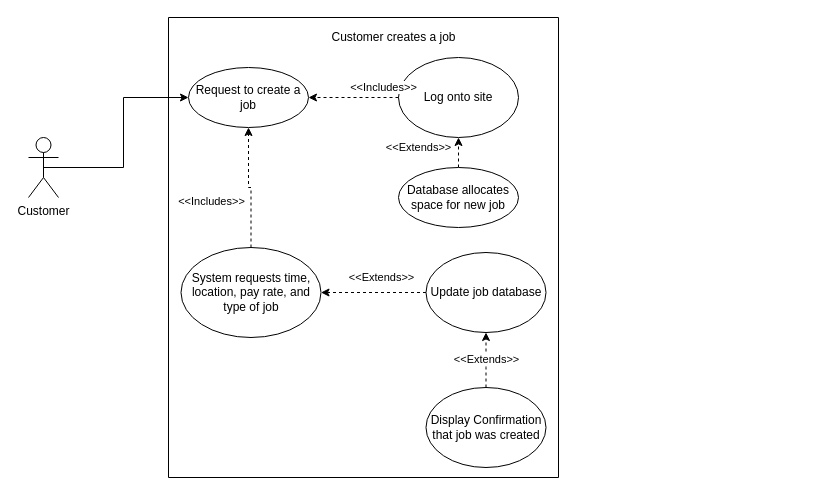
Above: page "Customer creates job" (2 of 8) of Untitled Diagram.drawio in jdasnake81/cs3450-UseCaseDiagrams (draw.io), before the change. Source tidied: cells renumbered, new cells numbered last; positions are measured from the earlier drawing's top-left corner, leaving out a move shared by most shapes. Both pictures are drawn from the tidied source at 100%, with x=0, y=0 at pixel (28, 17).
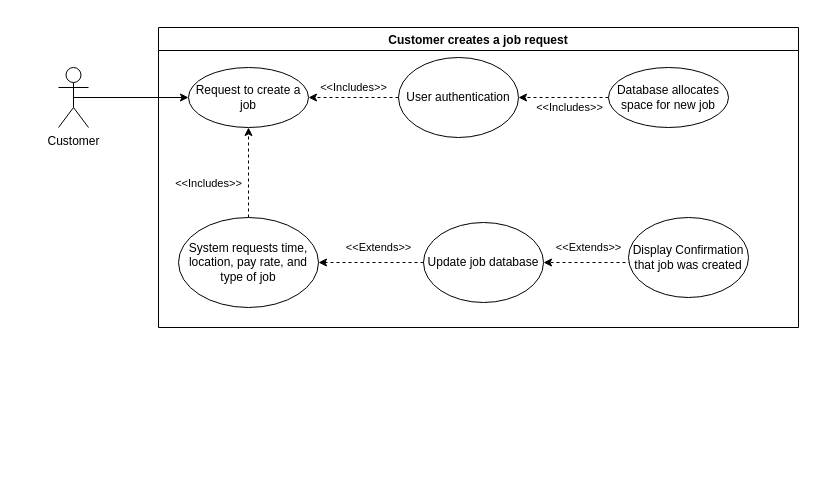
After the change.

Diff of the diagram source:
```diff
@@
 <mxGraphModel>
   <root>
     <mxCell id="0" />
     <mxCell id="1" parent="0" />
     <mxCell id="2" style="edgeStyle=orthogonalEdgeStyle;rounded=0;jettySize=auto;html=1;exitX=0.5;exitY=0.5;exitDx=0;exitDy=0;exitPerimeter=0;entryX=0;entryY=0.5;entryDx=0;entryDy=0;" parent="1" edge="1" source="3" target="4">
       <mxGeometry relative="1" as="geometry" />
     </mxCell>
     <mxCell id="3" value="Customer" style="shape=umlActor;verticalLabelPosition=bottom;verticalAlign=top;html=1;" parent="1" vertex="1">
-      <mxGeometry y="120" width="30" height="60" as="geometry" />
+      <mxGeometry x="30" y="50" width="30" height="60" as="geometry" />
     </mxCell>
     <mxCell id="4" value="Request to create a job" style="ellipse;whiteSpace=wrap;html=1;verticalAlign=middle;" parent="1" vertex="1">
       <mxGeometry x="160" y="50" width="120" height="60" as="geometry" />
     </mxCell>
     <mxCell id="5" value="&amp;lt;&amp;lt;Includes&amp;gt;&amp;gt;" style="edgeStyle=orthogonalEdgeStyle;rounded=0;jettySize=auto;html=1;exitX=0.5;exitY=0;exitDx=0;exitDy=0;entryX=0.5;entryY=1;entryDx=0;entryDy=0;dashed=1;" parent="1" edge="1" source="9" target="4">
       <mxGeometry x="-0.25" y="40" relative="1" as="geometry" />
     </mxCell>
-    <mxCell id="6" style="swimlane;startSize=0;" parent="1" vertex="1">
-      <mxGeometry x="140" width="390" height="460" as="geometry" />
-    </mxCell>
-    <mxCell id="7" value="Customer creates a job" style="text;html=1;align=center;verticalAlign=middle;strokeColor=none;fillColor=none;" parent="6" vertex="1">
-      <mxGeometry x="155" y="10" width="140" height="20" as="geometry" />
-    </mxCell>
+    <mxCell id="16" value="&amp;lt;&amp;lt;Includes&amp;gt;&amp;gt;" style="edgeStyle=orthogonalEdgeStyle;rounded=0;jettySize=auto;html=1;exitX=0;exitY=0.5;exitDx=0;exitDy=0;entryX=1;entryY=0.5;entryDx=0;entryDy=0;dashed=1;" parent="1" edge="1" source="8" target="4">
+      <mxGeometry y="-10" relative="1" as="geometry" />
+    </mxCell>
-    <mxCell id="8" value="Log onto site" style="ellipse;whiteSpace=wrap;html=1;" parent="6" vertex="1">
-      <mxGeometry x="230" y="40" width="120" height="80" as="geometry" />
+    <mxCell id="8" value="User authentication" style="ellipse;whiteSpace=wrap;html=1;" parent="1" vertex="1">
+      <mxGeometry x="370" y="40" width="120" height="80" as="geometry" />
     </mxCell>
-    <mxCell id="9" value="System requests time, location, pay rate, and type of job" style="ellipse;whiteSpace=wrap;html=1;verticalAlign=middle;" parent="6" vertex="1">
-      <mxGeometry x="12.5" y="230" width="140" height="90" as="geometry" />
-    </mxCell>
-    <mxCell id="10" value="&amp;lt;&amp;lt;Extends&amp;gt;&amp;gt;" style="edgeStyle=orthogonalEdgeStyle;rounded=0;jettySize=auto;html=1;exitX=0;exitY=0.5;exitDx=0;exitDy=0;entryX=1;entryY=0.5;entryDx=0;entryDy=0;dashed=1;" parent="6" edge="1" source="11" target="9">
-      <mxGeometry x="-0.14" y="-15" relative="1" as="geometry" />
-    </mxCell>
+    <mxCell id="14" value="&amp;lt;&amp;lt;Includes&amp;gt;&amp;gt;" style="edgeStyle=orthogonalEdgeStyle;rounded=0;jettySize=auto;html=1;exitX=0;exitY=0.5;exitDx=0;exitDy=0;entryX=1;entryY=0.5;entryDx=0;entryDy=0;dashed=1;" parent="1" edge="1" source="15" target="8">
+      <mxGeometry x="-0.14" y="10" relative="1" as="geometry" />
+    </mxCell>
+    <mxCell id="15" value="Database allocates space for new job" style="ellipse;whiteSpace=wrap;html=1;" parent="1" vertex="1">
+      <mxGeometry x="580" y="50" width="120" height="60" as="geometry" />
+    </mxCell>
-    <mxCell id="11" value="Update job database" style="ellipse;whiteSpace=wrap;html=1;" parent="6" vertex="1">
-      <mxGeometry x="257.5" y="235" width="120" height="80" as="geometry" />
+    <mxCell id="11" value="Update job database" style="ellipse;whiteSpace=wrap;html=1;" parent="1" vertex="1">
+      <mxGeometry x="395" y="205" width="120" height="80" as="geometry" />
     </mxCell>
-    <mxCell id="12" value="&amp;lt;&amp;lt;Extends&amp;gt;&amp;gt;" style="edgeStyle=orthogonalEdgeStyle;rounded=0;jettySize=auto;html=1;exitX=0.5;exitY=0;exitDx=0;exitDy=0;entryX=0.5;entryY=1;entryDx=0;entryDy=0;dashed=1;" parent="6" edge="1" source="13" target="11">
-      <mxGeometry relative="1" as="geometry">
+    <mxCell id="12" value="&amp;lt;&amp;lt;Extends&amp;gt;&amp;gt;" style="edgeStyle=orthogonalEdgeStyle;rounded=0;jettySize=auto;html=1;exitX=0;exitY=0.5;exitDx=0;exitDy=0;entryX=1;entryY=0.5;entryDx=0;entryDy=0;dashed=1;" parent="1" edge="1" source="13" target="11">
+      <mxGeometry x="0.31" y="-15" relative="1" as="geometry">
         <Array as="points">
-          <mxPoint x="317.5" y="350" />
-          <mxPoint x="317.5" y="350" />
+          <mxPoint x="620" y="245" />
         </Array>
       </mxGeometry>
     </mxCell>
+    <mxCell id="10" value="&amp;lt;&amp;lt;Extends&amp;gt;&amp;gt;" style="edgeStyle=orthogonalEdgeStyle;rounded=0;jettySize=auto;html=1;exitX=0;exitY=0.5;exitDx=0;exitDy=0;entryX=1;entryY=0.5;entryDx=0;entryDy=0;dashed=1;" parent="1" edge="1" source="11" target="9">
+      <mxGeometry x="-0.14" y="-15" relative="1" as="geometry" />
+    </mxCell>
+    <mxCell id="9" value="System requests time, location, pay rate, and type of job" style="ellipse;whiteSpace=wrap;html=1;verticalAlign=middle;" parent="1" vertex="1">
+      <mxGeometry x="150" y="200" width="140" height="90" as="geometry" />
+    </mxCell>
+    <mxCell id="17" value="Customer creates a job request" style="swimlane;" parent="1" vertex="1">
+      <mxGeometry x="130" y="10" width="640" height="300" as="geometry" />
+    </mxCell>
-    <mxCell id="13" value="Display Confirmation that job was created" style="ellipse;whiteSpace=wrap;html=1;" parent="6" vertex="1">
-      <mxGeometry x="257.5" y="370" width="120" height="80" as="geometry" />
+    <mxCell id="13" value="Display Confirmation that job was created" style="ellipse;whiteSpace=wrap;html=1;" parent="17" vertex="1">
+      <mxGeometry x="470" y="190" width="120" height="80" as="geometry" />
     </mxCell>
-    <mxCell id="14" value="&amp;lt;&amp;lt;Extends&amp;gt;&amp;gt;" style="edgeStyle=orthogonalEdgeStyle;rounded=0;jettySize=auto;html=1;exitX=0.5;exitY=0;exitDx=0;exitDy=0;entryX=0.5;entryY=1;entryDx=0;entryDy=0;dashed=1;" parent="6" edge="1" source="15" target="8">
-      <mxGeometry x="0.33" y="40" relative="1" as="geometry" />
-    </mxCell>
-    <mxCell id="15" value="Database allocates space for new job" style="ellipse;whiteSpace=wrap;html=1;" parent="6" vertex="1">
-      <mxGeometry x="230" y="150" width="120" height="60" as="geometry" />
-    </mxCell>
-    <mxCell id="16" value="&amp;lt;&amp;lt;Includes&amp;gt;&amp;gt;" style="edgeStyle=orthogonalEdgeStyle;rounded=0;jettySize=auto;html=1;exitX=0;exitY=0.5;exitDx=0;exitDy=0;entryX=1;entryY=0.5;entryDx=0;entryDy=0;dashed=1;" parent="1" edge="1" source="8" target="4">
-      <mxGeometry x="-0.16" y="-25" relative="1" as="geometry">
-        <mxPoint x="23" y="15" as="offset" />
-      </mxGeometry>
-    </mxCell>
   </root>
 </mxGraphModel>
```
